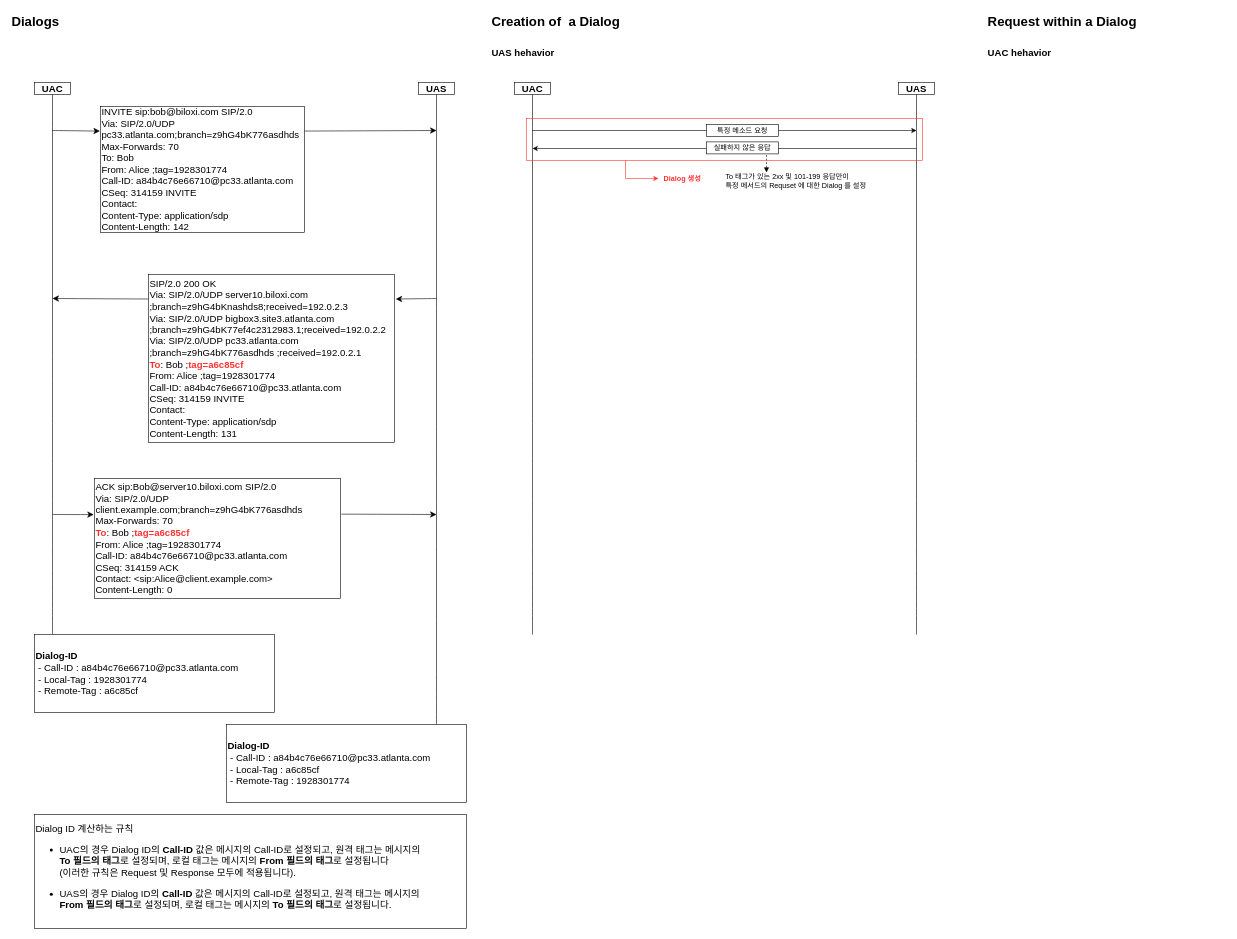
JaeHyeon774/NEWTIL keeps this draw.io diagram as 12장 Dialog.drawio. Above is the earlier version. Source tidied: cells renumbered, new cells numbered last; positions are measured from the earlier drawing's top-left corner, leaving out a move shared by most shapes. Both pictures are drawn from the tidied source at 60%, with x=0, y=0 at pixel (10, 10).
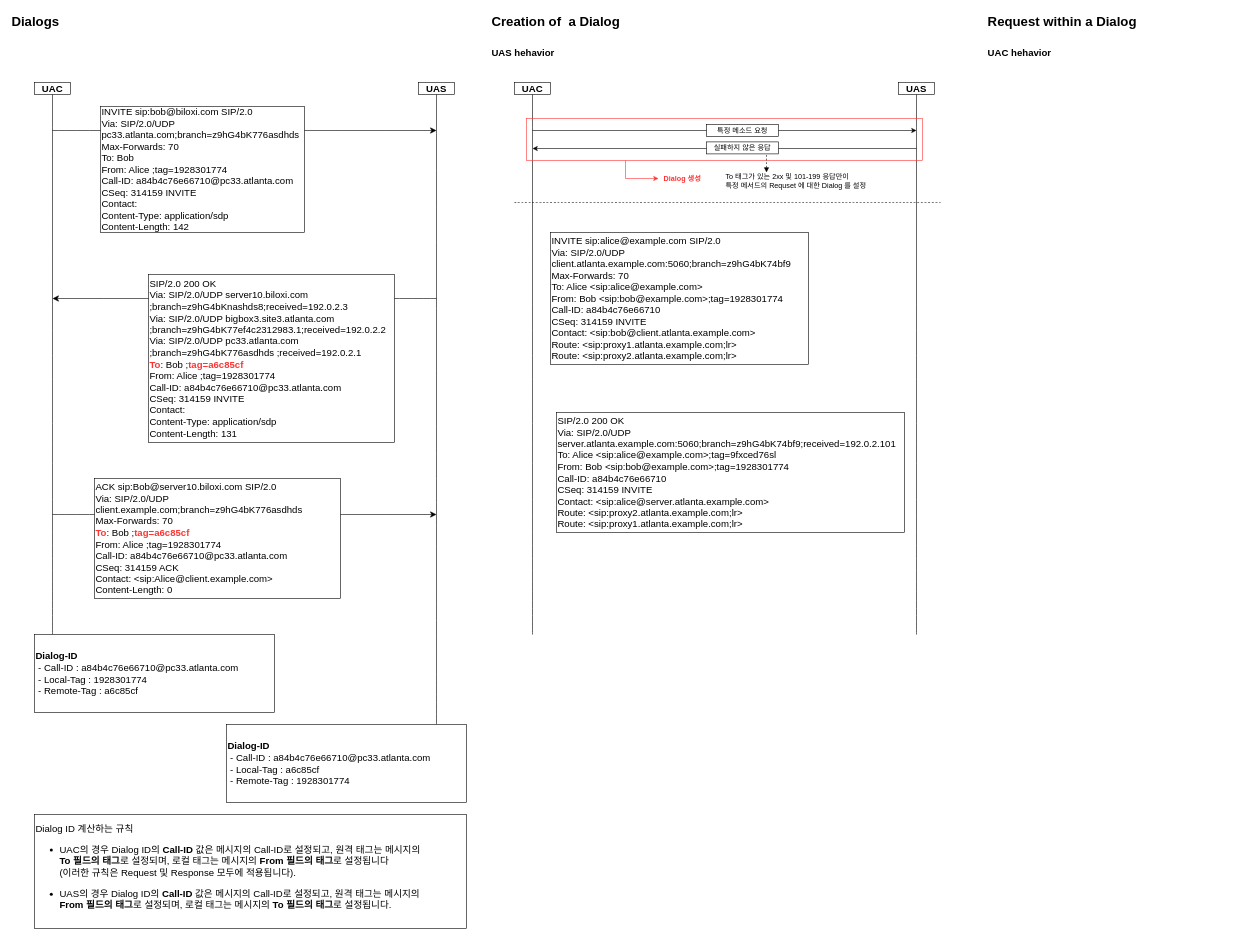
The same diagram, later.

Commit message:
12장 Dialog.drawio 업데이트

The change refers to these unchanged cells:
```xml
<mxCell id="12" value="INVITE sip:bob@biloxi.com SIP/2.0&lt;br style=&quot;border-color: var(--border-color);&quot;&gt;&lt;span style=&quot;&quot;&gt;Via: SIP/2.0/UDP pc33.atlanta.com;branch=z9hG4bK776asdhds&lt;/span&gt;&lt;br style=&quot;border-color: var(--border-color);&quot;&gt;&lt;span style=&quot;&quot;&gt;Max-Forwards: 70&lt;/span&gt;&lt;br style=&quot;border-color: var(--border-color);&quot;&gt;&lt;span style=&quot;&quot;&gt;To: Bob&lt;/span&gt;&lt;br style=&quot;border-color: var(--border-color);&quot;&gt;&lt;span style=&quot;&quot;&gt;From: Alice ;tag=1928301774&lt;/span&gt;&lt;br style=&quot;border-color: var(--border-color);&quot;&gt;&lt;span style=&quot;&quot;&gt;Call-ID: a84b4c76e66710@pc33.atlanta.com&lt;/span&gt;&lt;br style=&quot;border-color: var(--border-color);&quot;&gt;&lt;span style=&quot;&quot;&gt;CSeq: 314159 INVITE&lt;/span&gt;&lt;br style=&quot;border-color: var(--border-color);&quot;&gt;&lt;span style=&quot;&quot;&gt;Contact:&lt;/span&gt;&lt;br style=&quot;border-color: var(--border-color);&quot;&gt;&lt;span style=&quot;&quot;&gt;Content-Type: application/sdp&lt;/span&gt;&lt;br style=&quot;border-color: var(--border-color);&quot;&gt;&lt;span style=&quot;&quot;&gt;Content-Length: 142&amp;nbsp;&lt;/span&gt;" style="rounded=0;whiteSpace=wrap;html=1;fontSize=16;align=left;" parent="1" vertex="1">
  <mxGeometry x="150" y="160" width="340" height="210" as="geometry" />
</mxCell>
<mxCell id="15" value="SIP/2.0 200 OK&lt;br&gt; Via: SIP/2.0/UDP server10.biloxi.com&lt;br&gt; ;branch=z9hG4bKnashds8;received=192.0.2.3&lt;br&gt; Via: SIP/2.0/UDP bigbox3.site3.atlanta.com&lt;br&gt; ;branch=z9hG4bK77ef4c2312983.1;received=192.0.2.2&lt;br&gt; Via: SIP/2.0/UDP pc33.atlanta.com&lt;br&gt; ;branch=z9hG4bK776asdhds ;received=192.0.2.1&lt;br&gt;&lt;b style=&quot;background-color: rgb(255, 255, 255);&quot;&gt;&lt;font color=&quot;#ff3333&quot;&gt; To&lt;/font&gt;&lt;/b&gt;: Bob ;&lt;font color=&quot;#ff3333&quot;&gt;&lt;b&gt;tag=a6c85cf&lt;/b&gt;&lt;/font&gt;&lt;br&gt; From: Alice ;tag=1928301774&lt;br&gt; Call-ID: a84b4c76e66710@pc33.atlanta.com&lt;br&gt; CSeq: 314159 INVITE&lt;br&gt; Contact: &lt;br&gt; Content-Type: application/sdp&lt;br&gt; Content-Length: 131&amp;nbsp;" style="rounded=0;whiteSpace=wrap;html=1;fontSize=16;align=left;" parent="1" vertex="1">
  <mxGeometry x="230" y="440" width="410" height="280" as="geometry" />
</mxCell>
<mxCell id="20" value="ACK sip:Bob@server10.biloxi.com SIP/2.0&lt;br&gt;Via: SIP/2.0/UDP client.example.com;branch=z9hG4bK776asdhds&lt;br&gt;Max-Forwards: 70&lt;br&gt;&lt;font color=&quot;#ff3333&quot;&gt;&lt;b&gt;To&lt;/b&gt;&lt;/font&gt;: Bob ;&lt;b&gt;&lt;font color=&quot;#ff3333&quot;&gt;tag=a6c85cf&lt;/font&gt;&lt;/b&gt;&lt;br&gt;From: Alice ;tag=1928301774&lt;br&gt;Call-ID: a84b4c76e66710@pc33.atlanta.com&lt;br&gt;CSeq: 314159 ACK&lt;br&gt;Contact: &amp;lt;sip:Alice@client.example.com&amp;gt;&lt;br&gt;Content-Length: 0" style="rounded=0;whiteSpace=wrap;html=1;fontSize=16;align=left;" parent="1" vertex="1">
  <mxGeometry x="140" y="780" width="410" height="200" as="geometry" />
</mxCell>
```

Diff of the diagram source:
```diff
@@
+    <mxCell id="36" style="endArrow=classic;html=1;rounded=0;fontSize=12;startSize=8;endSize=8;curved=1;" parent="1" edge="1">
+      <mxGeometry relative="1" as="geometry">
+        <mxPoint x="70" y="840" as="sourcePoint" />
+        <mxPoint x="710" y="840" as="targetPoint" />
+      </mxGeometry>
+    </mxCell>
+    <mxCell id="37" style="endArrow=classic;html=1;rounded=0;fontSize=12;startSize=8;endSize=8;curved=1;" parent="1" edge="1">
+      <mxGeometry relative="1" as="geometry">
+        <mxPoint x="70" y="200" as="sourcePoint" />
+        <mxPoint x="710" y="200" as="targetPoint" />
+      </mxGeometry>
+    </mxCell>
+    <mxCell id="38" style="endArrow=classic;html=1;rounded=0;fontSize=12;startSize=8;endSize=8;curved=1;" parent="1" edge="1">
+      <mxGeometry relative="1" as="geometry">
+        <mxPoint x="710" y="480" as="sourcePoint" />
+        <mxPoint x="70" y="480" as="targetPoint" />
+      </mxGeometry>
+    </mxCell>
@@
-    <mxCell id="10" style="endArrow=classic;html=1;rounded=0;fontSize=12;startSize=8;endSize=8;curved=1;exitX=0.997;exitY=0.195;exitDx=0;exitDy=0;exitPerimeter=0;" parent="1" edge="1" source="12">
-      <mxGeometry relative="1" as="geometry">
-        <mxPoint x="710" y="200" as="targetPoint" />
-      </mxGeometry>
-    </mxCell>
-    <mxCell id="11" style="endArrow=classic;html=1;rounded=0;fontSize=12;startSize=8;endSize=8;curved=1;entryX=-0.003;entryY=0.195;entryDx=0;entryDy=0;entryPerimeter=0;" parent="1" edge="1" target="12">
-      <mxGeometry relative="1" as="geometry">
-        <mxPoint x="70" y="200" as="sourcePoint" />
-      </mxGeometry>
-    </mxCell>
@@
-    <mxCell id="13" style="endArrow=classic;html=1;rounded=0;fontSize=12;startSize=8;endSize=8;curved=1;exitX=0.002;exitY=0.146;exitDx=0;exitDy=0;exitPerimeter=0;" parent="1" edge="1" source="15">
-      <mxGeometry relative="1" as="geometry">
-        <mxPoint x="70" y="480" as="targetPoint" />
-      </mxGeometry>
-    </mxCell>
-    <mxCell id="14" style="endArrow=classic;html=1;rounded=0;fontSize=12;startSize=8;endSize=8;curved=1;entryX=1.005;entryY=0.146;entryDx=0;entryDy=0;entryPerimeter=0;" parent="1" edge="1" target="15">
-      <mxGeometry relative="1" as="geometry">
-        <mxPoint x="710" y="480" as="sourcePoint" />
-      </mxGeometry>
-    </mxCell>
@@
-    <mxCell id="18" style="endArrow=classic;html=1;rounded=0;fontSize=12;startSize=8;endSize=8;curved=1;exitX=1.003;exitY=0.297;exitDx=0;exitDy=0;exitPerimeter=0;" parent="1" edge="1" source="20">
-      <mxGeometry relative="1" as="geometry">
-        <mxPoint x="710" y="840" as="targetPoint" />
-      </mxGeometry>
-    </mxCell>
-    <mxCell id="19" style="endArrow=classic;html=1;rounded=0;fontSize=12;startSize=8;endSize=8;curved=1;entryX=-0.003;entryY=0.301;entryDx=0;entryDy=0;entryPerimeter=0;" parent="1" edge="1" target="20">
-      <mxGeometry relative="1" as="geometry">
-        <mxPoint x="70" y="840" as="sourcePoint" />
-      </mxGeometry>
-    </mxCell>
@@
+    <mxCell id="39" style="endArrow=none;dashed=1;html=1;rounded=0;fontSize=12;startSize=8;endSize=8;curved=1;" parent="1" edge="1">
+      <mxGeometry relative="1" as="geometry">
+        <mxPoint x="840" y="320" as="sourcePoint" />
+        <mxPoint x="1550" y="320" as="targetPoint" />
+      </mxGeometry>
+    </mxCell>
+    <mxCell id="40" value="INVITE sip:alice@example.com SIP/2.0&lt;br&gt;Via: SIP/2.0/UDP client.atlanta.example.com:5060;branch=z9hG4bK74bf9&lt;br&gt;Max-Forwards: 70&lt;br&gt;To: Alice &amp;lt;sip:alice@example.com&amp;gt;&lt;br&gt;From: Bob &amp;lt;sip:bob@example.com&amp;gt;;tag=1928301774&lt;br&gt;Call-ID: a84b4c76e66710&lt;br&gt;CSeq: 314159 INVITE&lt;br&gt;Contact: &amp;lt;sip:bob@client.atlanta.example.com&amp;gt;&lt;br&gt;Route: &amp;lt;sip:proxy1.atlanta.example.com;lr&amp;gt;&lt;br&gt;Route: &amp;lt;sip:proxy2.atlanta.example.com;lr&amp;gt;" style="rounded=0;whiteSpace=wrap;html=1;fontSize=16;align=left;" parent="1" vertex="1">
+      <mxGeometry x="900" y="370" width="430" height="220" as="geometry" />
+    </mxCell>
+    <mxCell id="41" value="SIP/2.0 200 OK&lt;br/&gt;Via: SIP/2.0/UDP server.atlanta.example.com:5060;branch=z9hG4bK74bf9;received=192.0.2.101&lt;br/&gt;To: Alice &amp;lt;sip:alice@example.com&amp;gt;;tag=9fxced76sl&lt;br/&gt;From: Bob &amp;lt;sip:bob@example.com&amp;gt;;tag=1928301774&lt;br/&gt;Call-ID: a84b4c76e66710&lt;br/&gt;CSeq: 314159 INVITE&lt;br/&gt;Contact: &amp;lt;sip:alice@server.atlanta.example.com&amp;gt;&lt;br/&gt;Route: &amp;lt;sip:proxy2.atlanta.example.com;lr&amp;gt;&lt;br/&gt;Route: &amp;lt;sip:proxy1.atlanta.example.com;lr&amp;gt;" style="rounded=0;whiteSpace=wrap;html=1;fontSize=16;align=left;" parent="1" vertex="1">
+      <mxGeometry x="910" y="670" width="580" height="200" as="geometry" />
+    </mxCell>
```
